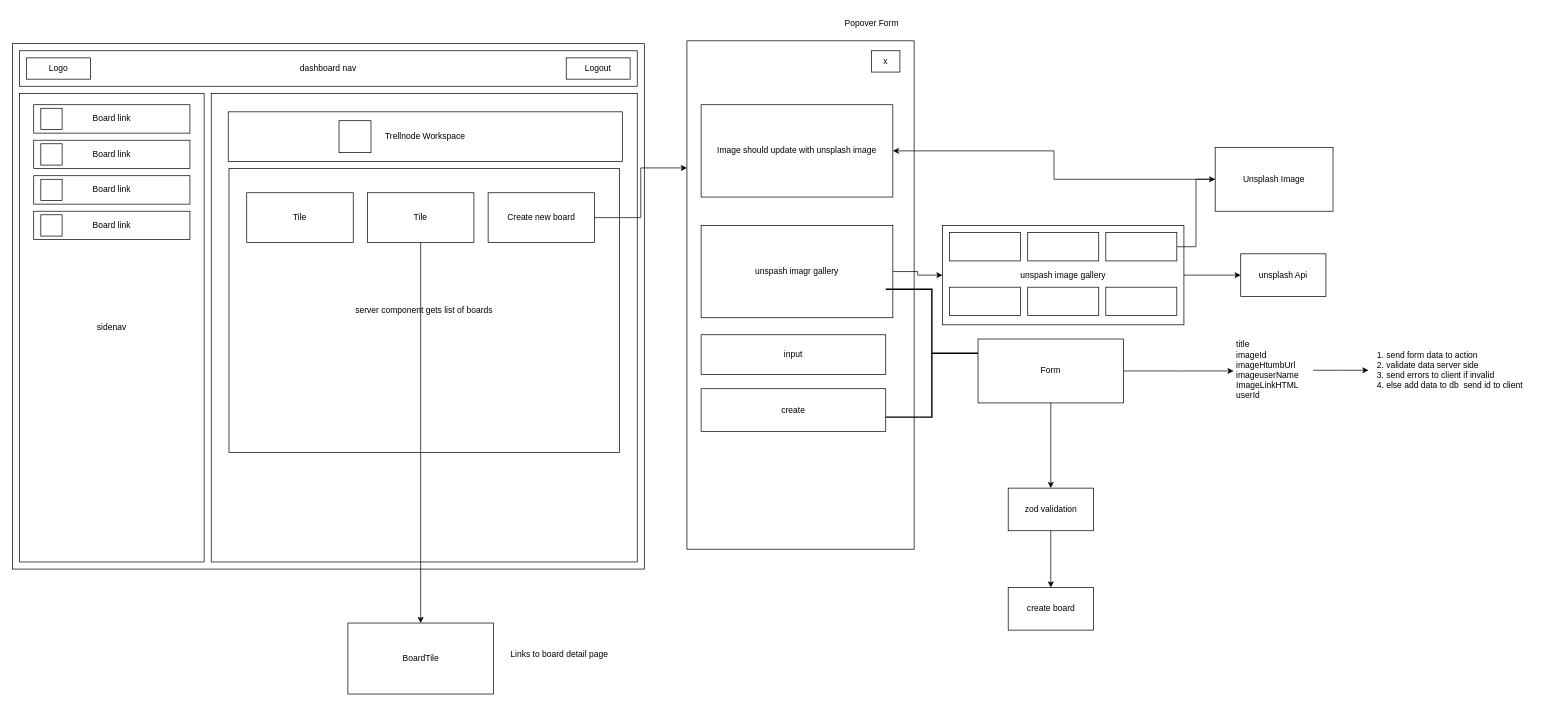
The draw.io diagram page "Boards Page" (3 of 4) of public/Untitled Diagram.drawio in eric-nichols-nyc/trellnode, before the edit. Source tidied: cells renumbered, new cells numbered last; positions are measured from the earlier drawing's top-left corner, leaving out a move shared by most shapes. Both pictures are drawn from the tidied source at 71%, with x=0, y=0 at pixel (12, 12).
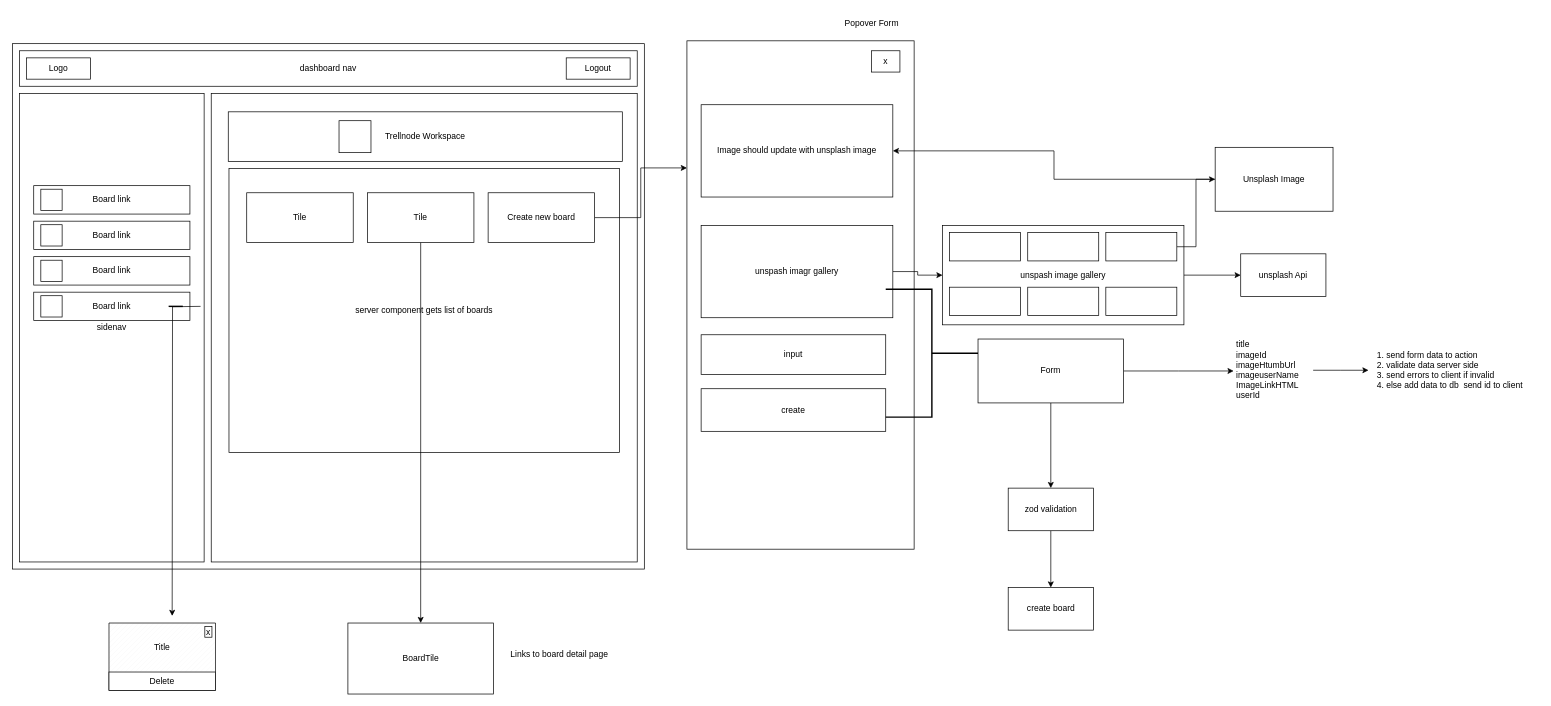
The same diagram, later.

Change to the diagram source:
```diff
@@
     <mxCell id="43" value="Board link" style="rounded=0;whiteSpace=wrap;html=1;" parent="1" vertex="1">
-      <mxGeometry x="30" y="130" width="220" height="40" as="geometry" />
+      <mxGeometry x="30" y="244" width="220" height="40" as="geometry" />
     </mxCell>
     <mxCell id="44" value="Board link" style="rounded=0;whiteSpace=wrap;html=1;" parent="1" vertex="1">
-      <mxGeometry x="30" y="180" width="220" height="40" as="geometry" />
+      <mxGeometry x="30" y="294" width="220" height="40" as="geometry" />
     </mxCell>
     <mxCell id="45" value="Board link" style="rounded=0;whiteSpace=wrap;html=1;" parent="1" vertex="1">
-      <mxGeometry x="30" y="230" width="220" height="40" as="geometry" />
+      <mxGeometry x="30" y="344" width="220" height="40" as="geometry" />
     </mxCell>
     <mxCell id="46" value="Board link" style="rounded=0;whiteSpace=wrap;html=1;" parent="1" vertex="1">
-      <mxGeometry x="30" y="280" width="220" height="40" as="geometry" />
+      <mxGeometry x="30" y="394" width="220" height="40" as="geometry" />
     </mxCell>
@@
     <mxCell id="52" style="rounded=0;whiteSpace=wrap;html=1;" parent="1" vertex="1">
-      <mxGeometry x="40" y="135" width="30" height="30" as="geometry" />
+      <mxGeometry x="40" y="249" width="30" height="30" as="geometry" />
     </mxCell>
     <mxCell id="53" style="rounded=0;whiteSpace=wrap;html=1;" parent="1" vertex="1">
-      <mxGeometry x="40" y="185" width="30" height="30" as="geometry" />
+      <mxGeometry x="40" y="299" width="30" height="30" as="geometry" />
     </mxCell>
     <mxCell id="54" style="rounded=0;whiteSpace=wrap;html=1;" parent="1" vertex="1">
-      <mxGeometry x="40" y="235" width="30" height="30" as="geometry" />
+      <mxGeometry x="40" y="349" width="30" height="30" as="geometry" />
     </mxCell>
     <mxCell id="55" style="rounded=0;whiteSpace=wrap;html=1;" parent="1" vertex="1">
-      <mxGeometry x="40" y="285" width="30" height="30" as="geometry" />
+      <mxGeometry x="40" y="399" width="30" height="30" as="geometry" />
     </mxCell>
+    <mxCell id="56" style="group;" parent="1" vertex="1">
+      <mxGeometry x="136" y="860" width="150" height="95" as="geometry" />
+    </mxCell>
+    <mxCell id="57" style="verticalLabelPosition=bottom;verticalAlign=top;html=1;shape=mxgraph.basic.patternFillRect;fillStyle=diag;step=5;fillStrokeWidth=0.2;fillStrokeColor=#dddddd;" parent="56" vertex="1">
+      <mxGeometry width="150" height="95" as="geometry" />
+    </mxCell>
+    <mxCell id="58" value="Delete" style="rounded=0;whiteSpace=wrap;html=1;" parent="56" vertex="1">
+      <mxGeometry y="69" width="150" height="26" as="geometry" />
+    </mxCell>
+    <mxCell id="59" value="x" style="rounded=0;whiteSpace=wrap;html=1;" parent="56" vertex="1">
+      <mxGeometry x="135" y="5" width="10" height="15" as="geometry" />
+    </mxCell>
+    <mxCell id="60" value="Title" style="text;html=1;strokeColor=none;fillColor=none;align=center;verticalAlign=middle;whiteSpace=wrap;rounded=0;" parent="56" vertex="1">
+      <mxGeometry x="45" y="20" width="60" height="30" as="geometry" />
+    </mxCell>
+    <mxCell id="61" style="edgeStyle=orthogonalEdgeStyle;rounded=0;orthogonalLoop=1;jettySize=auto;html=1;" parent="1" edge="1">
+      <mxGeometry relative="1" as="geometry">
+        <mxPoint x="265" y="414" as="sourcePoint" />
+        <mxPoint x="225" y="850" as="targetPoint" />
+      </mxGeometry>
+    </mxCell>
+    <mxCell id="62" style="line;strokeWidth=2;html=1;" parent="1" vertex="1">
+      <mxGeometry x="220" y="409" width="20" height="10" as="geometry" />
+    </mxCell>
```
